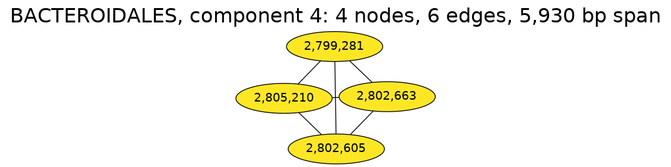
fedarko/sheepgut keeps this Graphviz diagram as notebooks/graphs/BACTEROIDALES_cc4.png. Above is the earlier version. Its source is kept beside it as notebooks/graphs/BACTEROIDALES_cc4.gv.
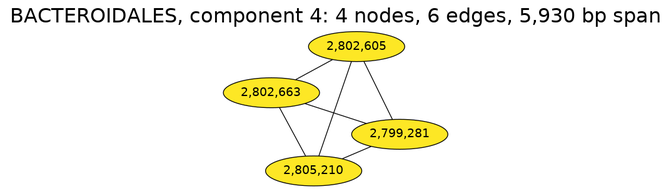
The same diagram one commit later.

What changed in the source:
```diff
@@ -6,9 +6,9 @@
 	labelloc="t";
 	fontsize=24;
 	"2,799,281" [fillcolor="#fde725", fontcolor="#000000"];
-	"2,805,210" [fillcolor="#fde725", fontcolor="#000000"];
 	"2,802,605" [fillcolor="#fde725", fontcolor="#000000"];
 	"2,802,663" [fillcolor="#fde725", fontcolor="#000000"];
+	"2,805,210" [fillcolor="#fde725", fontcolor="#000000"];
 	"2,799,281" -- "2,802,605";
 	"2,799,281" -- "2,802,663";
 	"2,799,281" -- "2,805,210";
```
